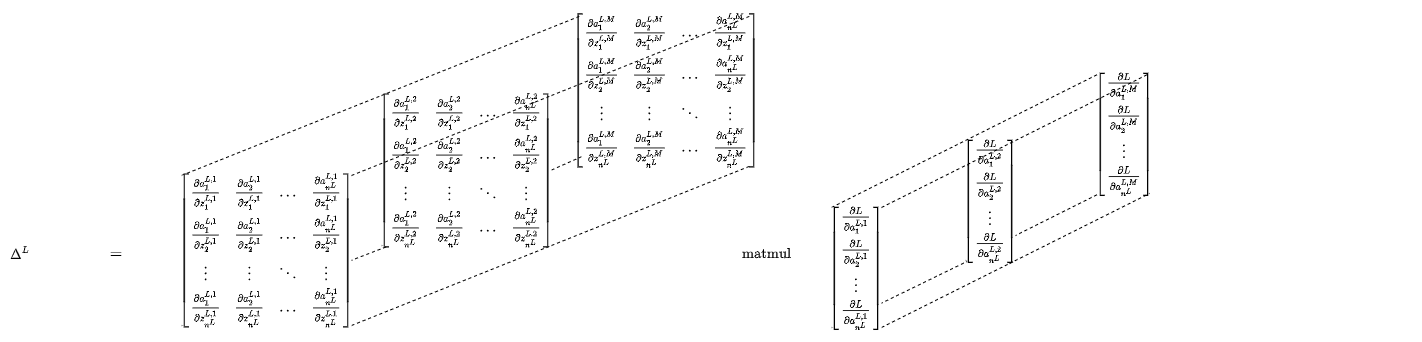
The draw.io diagram theory/Delta_L.png in kevinsuedmersen/neural_networks_from_scratch, before a commit. Source tidied: cells renumbered, new cells last; positions are measured from the earlier drawing's top-left corner, leaving out a move shared by most shapes.
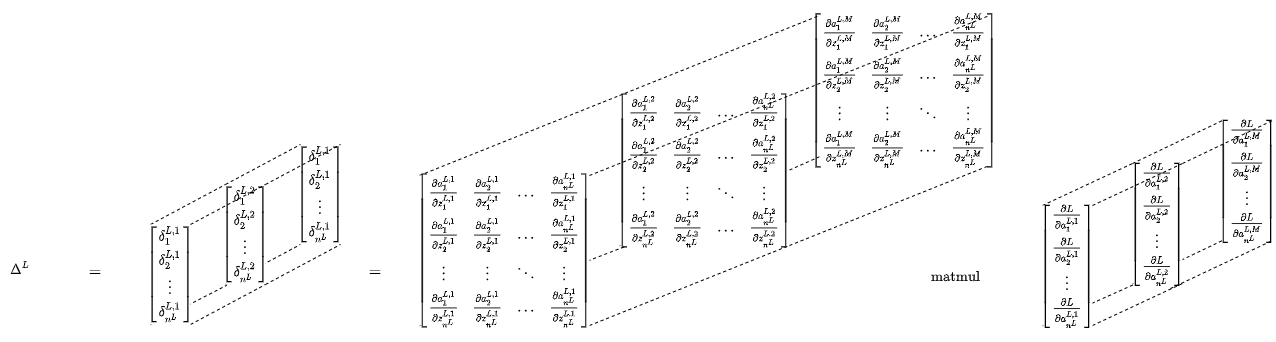
The same diagram one commit later.

Diff of the diagram source:
```diff
@@ -3,10 +3,10 @@
     <mxCell id="0" />
     <mxCell id="1" parent="0" />
     <mxCell id="2" value="$$\text{matmul}$$" style="rounded=0;whiteSpace=wrap;html=1;strokeColor=none;" parent="1" vertex="1">
-      <mxGeometry x="741" y="230.2" width="50" height="15.5" as="geometry" />
+      <mxGeometry x="741" y="240.8" width="50" height="15.5" as="geometry" />
     </mxCell>
     <mxCell id="3" style="group;" parent="1" vertex="1">
-      <mxGeometry x="181" width="580" height="310" as="geometry" />
+      <mxGeometry x="230" y="-12" width="580" height="310" as="geometry" />
     </mxCell>
     <mxCell id="4" style="edgeStyle=none;rounded=0;jettySize=auto;html=1;exitX=0;exitY=1;exitDx=0;exitDy=0;entryX=0.003;entryY=0.94;entryDx=0;entryDy=0;entryPerimeter=0;dashed=1;startArrow=none;startFill=0;endArrow=none;endFill=0;" parent="3" edge="1" source="5" target="6">
       <mxGeometry relative="1" as="geometry" />
@@ -41,49 +41,82 @@
     <mxCell id="14" style="edgeStyle=none;rounded=0;jettySize=auto;html=1;exitX=1;exitY=0;exitDx=0;exitDy=0;entryX=1;entryY=0;entryDx=0;entryDy=0;dashed=1;startArrow=none;startFill=0;endArrow=none;endFill=0;" parent="3" edge="1" source="10" target="5">
       <mxGeometry relative="1" as="geometry" />
     </mxCell>
-    <mxCell id="15" style="group;" parent="1" vertex="1">
-      <mxGeometry x="841" y="50" width="579" height="270" as="geometry" />
-    </mxCell>
+    <mxCell id="27" value="$$&lt;br&gt;\Delta^L&amp;nbsp;&lt;br&gt;$$" style="rounded=0;whiteSpace=wrap;html=1;strokeColor=none;" parent="1" vertex="1">
+      <mxGeometry x="-189" y="226.2" width="40" height="30" as="geometry" />
+    </mxCell>
+    <mxCell id="28" value="$$&lt;br&gt;=&amp;nbsp;&lt;br&gt;$$" style="rounded=0;whiteSpace=wrap;html=1;strokeColor=none;" parent="1" vertex="1">
+      <mxGeometry x="-119" y="231.8" width="50" height="24.5" as="geometry" />
+    </mxCell>
+    <mxCell id="29" style="edgeStyle=none;rounded=0;jettySize=auto;html=1;exitX=0;exitY=1;exitDx=0;exitDy=0;entryX=0;entryY=1;entryDx=0;entryDy=0;dashed=1;startArrow=none;startFill=0;endArrow=none;endFill=0;" parent="1" edge="1" source="30" target="31">
+      <mxGeometry relative="1" as="geometry" />
+    </mxCell>
+    <mxCell id="30" value="$$&lt;br&gt;\left[&lt;br&gt;\matrix{&lt;br&gt;\delta^{L, 2}_1 \\&lt;br&gt;\delta^{L, 2}_2 \\&lt;br&gt;\vdots \\&lt;br&gt;\delta^{L, 2}_{n^L}&amp;nbsp;&lt;br&gt;}&lt;br&gt;\right]&lt;br&gt;$$" style="rounded=0;whiteSpace=wrap;html=1;strokeColor=none;" parent="1" vertex="1">
+      <mxGeometry x="36" y="157" width="40" height="100" as="geometry" />
+    </mxCell>
+    <mxCell id="31" value="$$&lt;br&gt;\left[&lt;br&gt;\matrix{&lt;br&gt;\delta^{L, 1}_1 \\&lt;br&gt;\delta^{L, 1}_2 \\&lt;br&gt;\vdots \\&lt;br&gt;\delta^{L, 1}_{n^L}&amp;nbsp;&lt;br&gt;}&lt;br&gt;\right]&lt;br&gt;$$" style="rounded=0;whiteSpace=wrap;html=1;strokeColor=none;" parent="1" vertex="1">
+      <mxGeometry x="111" y="117" width="40" height="100" as="geometry" />
+    </mxCell>
+    <mxCell id="32" style="rounded=0;jettySize=auto;html=1;exitX=0;exitY=0;exitDx=0;exitDy=0;dashed=1;startArrow=none;startFill=0;entryX=0;entryY=0;entryDx=0;entryDy=0;endArrow=none;endFill=0;" parent="1" edge="1" source="35" target="30">
+      <mxGeometry relative="1" as="geometry" />
+    </mxCell>
+    <mxCell id="33" style="edgeStyle=none;rounded=0;jettySize=auto;html=1;exitX=1;exitY=1;exitDx=0;exitDy=0;dashed=1;startArrow=none;startFill=0;endArrow=none;endFill=0;entryX=1;entryY=1;entryDx=0;entryDy=0;" parent="1" edge="1" source="35" target="30">
+      <mxGeometry relative="1" as="geometry" />
+    </mxCell>
+    <mxCell id="34" style="edgeStyle=none;rounded=0;jettySize=auto;html=1;exitX=0;exitY=1;exitDx=0;exitDy=0;entryX=0.031;entryY=1.008;entryDx=0;entryDy=0;entryPerimeter=0;dashed=1;startArrow=none;startFill=0;endArrow=none;endFill=0;" parent="1" edge="1" source="35" target="30">
+      <mxGeometry relative="1" as="geometry" />
+    </mxCell>
+    <mxCell id="35" value="$$&lt;br&gt;\left[&lt;br&gt;\matrix{&lt;br&gt;\delta^{L, 1}_1 \\&lt;br&gt;\delta^{L, 1}_2 \\&lt;br&gt;\vdots \\&lt;br&gt;\delta^{L, 1}_{n^L}&amp;nbsp;&lt;br&gt;}&lt;br&gt;\right]&lt;br&gt;$$" style="rounded=0;whiteSpace=wrap;html=1;strokeColor=none;" parent="1" vertex="1">
+      <mxGeometry x="-39" y="197" width="40" height="100" as="geometry" />
+    </mxCell>
+    <mxCell id="36" style="edgeStyle=none;rounded=0;jettySize=auto;html=1;exitX=0;exitY=0;exitDx=0;exitDy=0;entryX=0;entryY=0;entryDx=0;entryDy=0;dashed=1;startArrow=none;startFill=0;endArrow=none;endFill=0;" parent="1" edge="1" source="30" target="31">
+      <mxGeometry relative="1" as="geometry" />
+    </mxCell>
+    <mxCell id="37" style="edgeStyle=none;rounded=0;jettySize=auto;html=1;exitX=1;exitY=0;exitDx=0;exitDy=0;entryX=1;entryY=0;entryDx=0;entryDy=0;dashed=1;startArrow=none;startFill=0;endArrow=none;endFill=0;" parent="1" edge="1" source="30" target="31">
+      <mxGeometry relative="1" as="geometry" />
+    </mxCell>
+    <mxCell id="38" style="edgeStyle=none;rounded=0;jettySize=auto;html=1;entryX=1;entryY=1;entryDx=0;entryDy=0;dashed=1;startArrow=none;startFill=0;endArrow=none;endFill=0;exitX=1;exitY=1;exitDx=0;exitDy=0;" parent="1" edge="1" source="30" target="31">
+      <mxGeometry relative="1" as="geometry" />
+    </mxCell>
+    <mxCell id="39" style="edgeStyle=none;rounded=0;jettySize=auto;html=1;exitX=1;exitY=0;exitDx=0;exitDy=0;entryX=1;entryY=0;entryDx=0;entryDy=0;dashed=1;startArrow=none;startFill=0;endArrow=none;endFill=0;" parent="1" edge="1" source="35" target="30">
+      <mxGeometry relative="1" as="geometry" />
+    </mxCell>
+    <mxCell id="40" value="$$&lt;br&gt;=&amp;nbsp;&lt;br&gt;$$" style="rounded=0;whiteSpace=wrap;html=1;strokeColor=none;" parent="1" vertex="1">
+      <mxGeometry x="161" y="231.8" width="50" height="24.5" as="geometry" />
+    </mxCell>
-    <mxCell id="16" style="edgeStyle=none;rounded=0;jettySize=auto;html=1;exitX=0;exitY=1;exitDx=0;exitDy=0;entryX=0;entryY=1;entryDx=0;entryDy=0;dashed=1;startArrow=none;startFill=0;endArrow=none;endFill=0;" parent="15" edge="1" source="17" target="18">
-      <mxGeometry relative="1" as="geometry" />
+    <mxCell id="16" style="edgeStyle=none;rounded=0;jettySize=auto;html=1;exitX=0;exitY=1;exitDx=0;exitDy=0;entryX=0;entryY=1;entryDx=0;entryDy=0;dashed=1;startArrow=none;startFill=0;endArrow=none;endFill=0;" parent="1" edge="1" source="17" target="18">
+      <mxGeometry x="802" y="243" as="geometry" />
     </mxCell>
-    <mxCell id="17" value="$$&lt;br&gt;\left[&lt;br&gt;\matrix{&lt;br&gt;\frac{\partial L}{\partial a^{L, 2}_1}&amp;nbsp;&lt;br&gt;\\&lt;br&gt;\frac{\partial L}{\partial a^{L, 2}_2}&amp;nbsp;&amp;nbsp;&lt;br&gt;\\&lt;br&gt;\vdots&lt;br&gt;\\&lt;br&gt;\frac{\partial L}{\partial a^{L, 2}_{n^L}}&amp;nbsp;&lt;br&gt;}&lt;br&gt;\right]&lt;br&gt;$$" style="rounded=0;whiteSpace=wrap;html=1;strokeColor=none;" parent="15" vertex="1">
-      <mxGeometry x="124" y="75" width="50" height="120" as="geometry" />
+    <mxCell id="17" value="$$&lt;br&gt;\left[&lt;br&gt;\matrix{&lt;br&gt;\frac{\partial L}{\partial a^{L, 2}_1}&amp;nbsp;&lt;br&gt;\\&lt;br&gt;\frac{\partial L}{\partial a^{L, 2}_2}&amp;nbsp;&amp;nbsp;&lt;br&gt;\\&lt;br&gt;\vdots&lt;br&gt;\\&lt;br&gt;\frac{\partial L}{\partial a^{L, 2}_{n^L}}&amp;nbsp;&lt;br&gt;}&lt;br&gt;\right]&lt;br&gt;$$" style="rounded=0;whiteSpace=wrap;html=1;strokeColor=none;" parent="1" vertex="1">
+      <mxGeometry x="943" y="136" width="50" height="120" as="geometry" />
     </mxCell>
-    <mxCell id="18" value="$$&lt;br&gt;\left[&lt;br&gt;\matrix{&lt;br&gt;\frac{\partial L}{\partial a^{L, M}_1}&amp;nbsp;&lt;br&gt;\\&lt;br&gt;\frac{\partial L}{\partial a^{L, M}_2}&amp;nbsp;&amp;nbsp;&lt;br&gt;\\&lt;br&gt;\vdots&lt;br&gt;\\&lt;br&gt;\frac{\partial L}{\partial a^{L, M}_{n^L}}&amp;nbsp;&lt;br&gt;}&lt;br&gt;\right]&lt;br&gt;$$" style="rounded=0;whiteSpace=wrap;html=1;strokeColor=none;" parent="15" vertex="1">
-      <mxGeometry x="258" y="8" width="50" height="120" as="geometry" />
+    <mxCell id="18" value="$$&lt;br&gt;\left[&lt;br&gt;\matrix{&lt;br&gt;\frac{\partial L}{\partial a^{L, M}_1}&amp;nbsp;&lt;br&gt;\\&lt;br&gt;\frac{\partial L}{\partial a^{L, M}_2}&amp;nbsp;&amp;nbsp;&lt;br&gt;\\&lt;br&gt;\vdots&lt;br&gt;\\&lt;br&gt;\frac{\partial L}{\partial a^{L, M}_{n^L}}&amp;nbsp;&lt;br&gt;}&lt;br&gt;\right]&lt;br&gt;$$" style="rounded=0;whiteSpace=wrap;html=1;strokeColor=none;" parent="1" vertex="1">
+      <mxGeometry x="1033" y="93" width="50" height="120" as="geometry" />
     </mxCell>
-    <mxCell id="19" style="rounded=0;jettySize=auto;html=1;exitX=0;exitY=0;exitDx=0;exitDy=0;dashed=1;startArrow=none;startFill=0;entryX=0;entryY=0;entryDx=0;entryDy=0;endArrow=none;endFill=0;" parent="15" edge="1" source="22" target="17">
-      <mxGeometry relative="1" as="geometry" />
+    <mxCell id="19" style="rounded=0;jettySize=auto;html=1;exitX=0;exitY=0;exitDx=0;exitDy=0;dashed=1;startArrow=none;startFill=0;entryX=0;entryY=0;entryDx=0;entryDy=0;endArrow=none;endFill=0;" parent="1" edge="1" source="22" target="17">
+      <mxGeometry x="802" y="243" as="geometry" />
     </mxCell>
-    <mxCell id="20" style="edgeStyle=none;rounded=0;jettySize=auto;html=1;exitX=1;exitY=1;exitDx=0;exitDy=0;dashed=1;startArrow=none;startFill=0;endArrow=none;endFill=0;entryX=1;entryY=1;entryDx=0;entryDy=0;" parent="15" edge="1" source="22" target="17">
-      <mxGeometry relative="1" as="geometry" />
+    <mxCell id="20" style="edgeStyle=none;rounded=0;jettySize=auto;html=1;exitX=1;exitY=1;exitDx=0;exitDy=0;dashed=1;startArrow=none;startFill=0;endArrow=none;endFill=0;entryX=1;entryY=1;entryDx=0;entryDy=0;" parent="1" edge="1" source="22" target="17">
+      <mxGeometry x="802" y="243" as="geometry" />
     </mxCell>
-    <mxCell id="21" style="edgeStyle=none;rounded=0;jettySize=auto;html=1;exitX=0;exitY=1;exitDx=0;exitDy=0;entryX=0.031;entryY=1.008;entryDx=0;entryDy=0;entryPerimeter=0;dashed=1;startArrow=none;startFill=0;endArrow=none;endFill=0;" parent="15" edge="1" source="22" target="17">
-      <mxGeometry relative="1" as="geometry" />
+    <mxCell id="21" style="edgeStyle=none;rounded=0;jettySize=auto;html=1;exitX=0;exitY=1;exitDx=0;exitDy=0;entryX=0.031;entryY=1.008;entryDx=0;entryDy=0;entryPerimeter=0;dashed=1;startArrow=none;startFill=0;endArrow=none;endFill=0;" parent="1" edge="1" source="22" target="17">
+      <mxGeometry x="802" y="243" as="geometry" />
     </mxCell>
-    <mxCell id="22" value="$$&lt;br&gt;\left[&lt;br&gt;\matrix{&lt;br&gt;\frac{\partial L}{\partial a^{L, 1}_1}&amp;nbsp;&lt;br&gt;\\&lt;br&gt;\frac{\partial L}{\partial a^{L, 1}_2}&amp;nbsp;&amp;nbsp;&lt;br&gt;\\&lt;br&gt;\vdots &lt;br&gt;\\&lt;br&gt;\frac{\partial L}{\partial a^{L, 1}_{n^L}}&amp;nbsp;&lt;br&gt;}&lt;br&gt;\right]&lt;br&gt;$$" style="rounded=0;whiteSpace=wrap;html=1;strokeColor=none;" parent="15" vertex="1">
-      <mxGeometry x="-10" y="142" width="50" height="120" as="geometry" />
+    <mxCell id="22" value="$$&lt;br&gt;\left[&lt;br&gt;\matrix{&lt;br&gt;\frac{\partial L}{\partial a^{L, 1}_1}&amp;nbsp;&lt;br&gt;\\&lt;br&gt;\frac{\partial L}{\partial a^{L, 1}_2}&amp;nbsp;&amp;nbsp;&lt;br&gt;\\&lt;br&gt;\vdots &lt;br&gt;\\&lt;br&gt;\frac{\partial L}{\partial a^{L, 1}_{n^L}}&amp;nbsp;&lt;br&gt;}&lt;br&gt;\right]&lt;br&gt;$$" style="rounded=0;whiteSpace=wrap;html=1;strokeColor=none;" parent="1" vertex="1">
+      <mxGeometry x="853" y="178" width="50" height="120" as="geometry" />
     </mxCell>
-    <mxCell id="23" style="edgeStyle=none;rounded=0;jettySize=auto;html=1;exitX=0;exitY=0;exitDx=0;exitDy=0;entryX=0;entryY=0;entryDx=0;entryDy=0;dashed=1;startArrow=none;startFill=0;endArrow=none;endFill=0;" parent="15" edge="1" source="17" target="18">
-      <mxGeometry relative="1" as="geometry" />
+    <mxCell id="23" style="edgeStyle=none;rounded=0;jettySize=auto;html=1;exitX=0;exitY=0;exitDx=0;exitDy=0;entryX=0;entryY=0;entryDx=0;entryDy=0;dashed=1;startArrow=none;startFill=0;endArrow=none;endFill=0;" parent="1" edge="1" source="17" target="18">
+      <mxGeometry x="802" y="243" as="geometry" />
     </mxCell>
-    <mxCell id="24" style="edgeStyle=none;rounded=0;jettySize=auto;html=1;exitX=1;exitY=0;exitDx=0;exitDy=0;entryX=1;entryY=0;entryDx=0;entryDy=0;dashed=1;startArrow=none;startFill=0;endArrow=none;endFill=0;" parent="15" edge="1" source="17" target="18">
-      <mxGeometry relative="1" as="geometry" />
+    <mxCell id="24" style="edgeStyle=none;rounded=0;jettySize=auto;html=1;exitX=1;exitY=0;exitDx=0;exitDy=0;entryX=1;entryY=0;entryDx=0;entryDy=0;dashed=1;startArrow=none;startFill=0;endArrow=none;endFill=0;" parent="1" edge="1" source="17" target="18">
+      <mxGeometry x="802" y="243" as="geometry" />
     </mxCell>
-    <mxCell id="25" style="edgeStyle=none;rounded=0;jettySize=auto;html=1;entryX=1;entryY=1;entryDx=0;entryDy=0;dashed=1;startArrow=none;startFill=0;endArrow=none;endFill=0;" parent="15" edge="1" target="18">
-      <mxGeometry relative="1" as="geometry">
-        <mxPoint x="168" y="198" as="sourcePoint" />
+    <mxCell id="25" style="edgeStyle=none;rounded=0;jettySize=auto;html=1;entryX=1;entryY=1;entryDx=0;entryDy=0;dashed=1;startArrow=none;startFill=0;endArrow=none;endFill=0;" parent="1" edge="1" target="18">
+      <mxGeometry x="802" y="243" as="geometry">
+        <mxPoint x="981" y="261" as="sourcePoint" />
       </mxGeometry>
     </mxCell>
-    <mxCell id="26" style="edgeStyle=none;rounded=0;jettySize=auto;html=1;exitX=1;exitY=0;exitDx=0;exitDy=0;entryX=1;entryY=0;entryDx=0;entryDy=0;dashed=1;startArrow=none;startFill=0;endArrow=none;endFill=0;" parent="15" edge="1" source="22" target="17">
-      <mxGeometry relative="1" as="geometry" />
+    <mxCell id="26" style="edgeStyle=none;rounded=0;jettySize=auto;html=1;exitX=1;exitY=0;exitDx=0;exitDy=0;entryX=1;entryY=0;entryDx=0;entryDy=0;dashed=1;startArrow=none;startFill=0;endArrow=none;endFill=0;" parent="1" edge="1" source="22" target="17">
+      <mxGeometry x="802" y="243" as="geometry" />
     </mxCell>
-    <mxCell id="27" value="$$&lt;br&gt;\Delta^L&amp;nbsp;&lt;br&gt;$$" style="rounded=0;whiteSpace=wrap;html=1;strokeColor=none;" parent="1" vertex="1">
-      <mxGeometry y="223" width="40" height="30" as="geometry" />
-    </mxCell>
-    <mxCell id="28" value="$$&lt;br&gt;=&amp;nbsp;&lt;br&gt;$$" style="rounded=0;whiteSpace=wrap;html=1;strokeColor=none;" parent="1" vertex="1">
-      <mxGeometry x="91" y="225.8" width="50" height="24.5" as="geometry" />
-    </mxCell>
   </root>
 </mxGraphModel>
```
